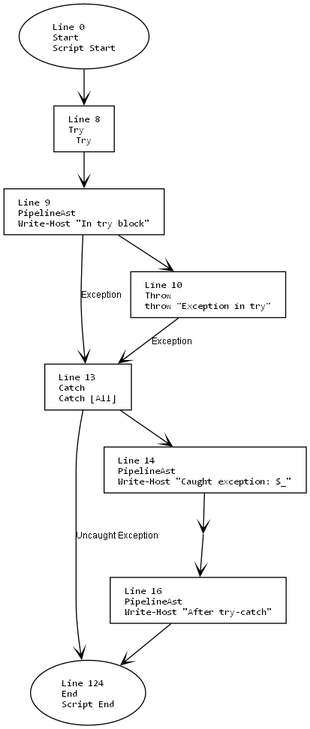
This is in/in.png from mine41/deob, a Graphviz export, as it was before one commit. Its source is kept beside it as in/in.dot.
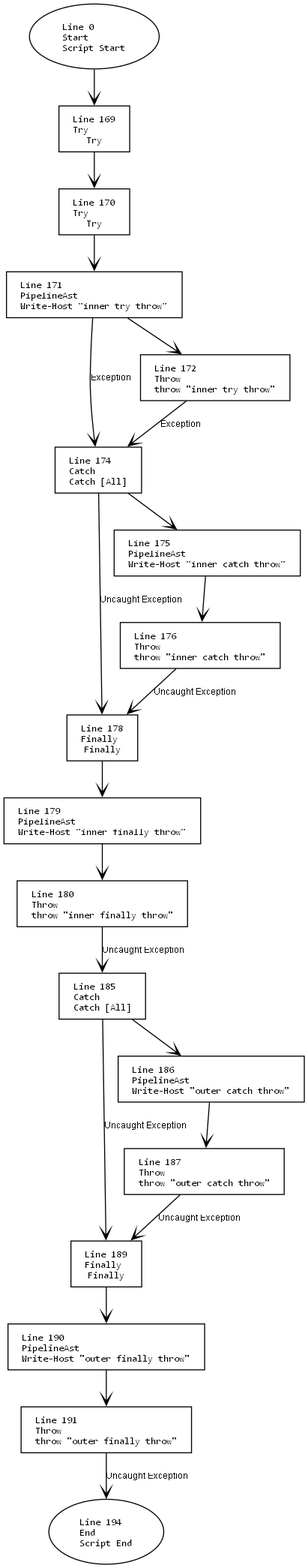
Above is the later version.

Diff of the diagram source:
```diff
@@ -11,23 +11,42 @@
     edge [fontname="Arial", arrowhead=vee, fontsize=9];
 
     1 [label="Line 0\lStart\lScript Start", shape=oval];
-    2 [label="Line 124\lEnd\lScript End", shape=oval];
-    3 [label="Line 8\lTry\lTry", shape=box];
-    4 [label="Line 15\lMerge\lTry-End", shape=point];
-    5 [label="Line 13\lCatch\lCatch [All]", shape=box];
-    6 [label="Line 9\lPipelineAst\lWrite-Host \"In try block\"", shape=box];
-    7 [label="Line 10\lThrow\lthrow \"Exception in try\"", shape=box];
-    8 [label="Line 14\lPipelineAst\lWrite-Host \"Caught exception: $_\"", shape=box];
-    9 [label="Line 16\lPipelineAst\lWrite-Host \"After try-catch\"", shape=box];
+    2 [label="Line 194\lEnd\lScript End", shape=oval];
+    3 [label="Line 169\lTry\lTry", shape=box];
+    4 [label="Line 189\lFinally\lFinally", shape=box];
+    5 [label="Line 185\lCatch\lCatch [All]", shape=box];
+    6 [label="Line 170\lTry\lTry", shape=box];
+    7 [label="Line 178\lFinally\lFinally", shape=box];
+    8 [label="Line 174\lCatch\lCatch [All]", shape=box];
+    9 [label="Line 171\lPipelineAst\lWrite-Host \"inner try throw\"", shape=box];
+    10 [label="Line 172\lThrow\lthrow \"inner try throw\"", shape=box];
+    11 [label="Line 175\lPipelineAst\lWrite-Host \"inner catch throw\"", shape=box];
+    12 [label="Line 176\lThrow\lthrow \"inner catch throw\"", shape=box];
+    13 [label="Line 179\lPipelineAst\lWrite-Host \"inner finally throw\"", shape=box];
+    14 [label="Line 180\lThrow\lthrow \"inner finally throw\"", shape=box];
+    15 [label="Line 186\lPipelineAst\lWrite-Host \"outer catch throw\"", shape=box];
+    16 [label="Line 187\lThrow\lthrow \"outer catch throw\"", shape=box];
+    17 [label="Line 190\lPipelineAst\lWrite-Host \"outer finally throw\"", shape=box];
+    18 [label="Line 191\lThrow\lthrow \"outer finally throw\"", shape=box];
 
     1 -> 3;
     3 -> 6;
-    6 -> 7;
-    6 -> 5 [label="Exception"];
-    7 -> 5 [label="Exception"];
-    5 -> 8;
-    5 -> 2 [label="Uncaught Exception"];
-    8 -> 4;
-    4 -> 9;
-    9 -> 2;
+    6 -> 9;
+    9 -> 10;
+    9 -> 8 [label="Exception"];
+    10 -> 8 [label="Exception"];
+    8 -> 11;
+    11 -> 12;
+    12 -> 7 [label="Uncaught Exception"];
+    8 -> 7 [label="Uncaught Exception"];
+    7 -> 13;
+    13 -> 14;
+    14 -> 5 [label="Uncaught Exception"];
+    5 -> 15;
+    15 -> 16;
+    16 -> 4 [label="Uncaught Exception"];
+    5 -> 4 [label="Uncaught Exception"];
+    4 -> 17;
+    17 -> 18;
+    18 -> 2 [label="Uncaught Exception"];
 }
```
